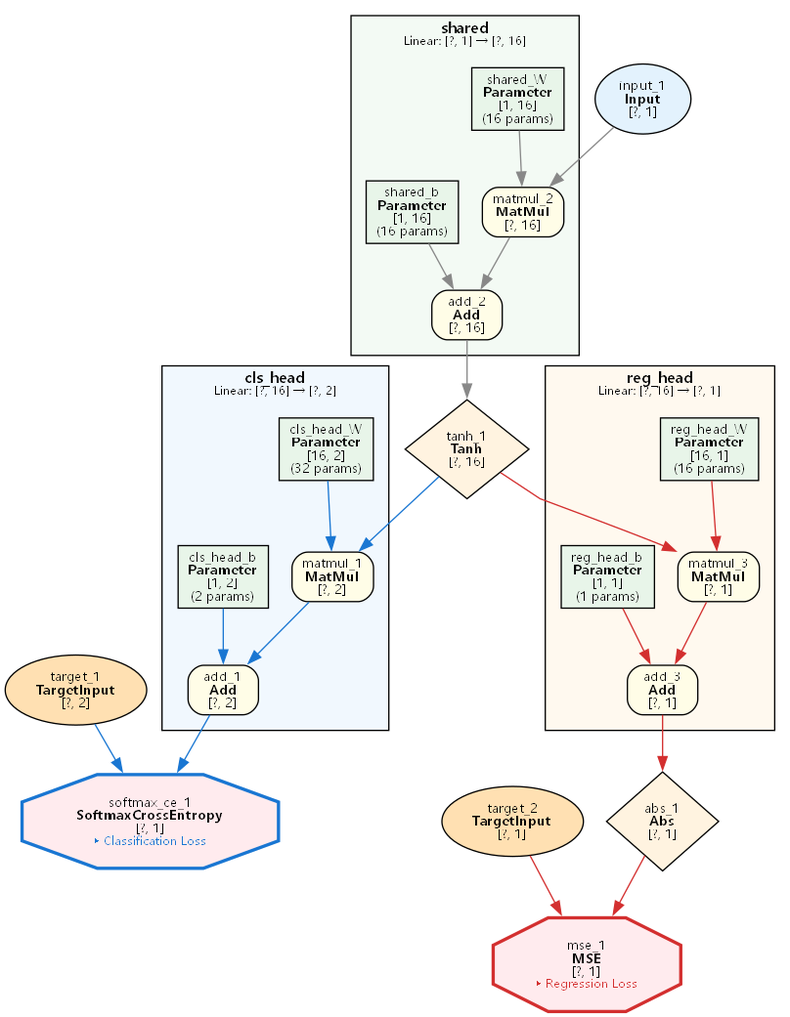
This is examples/dual_output_classify/dual_output_classify.png from dbsxdbsx/only_torch, a Graphviz export, as it was before one commit. Its source is kept beside it as examples/dual_output_classify/dual_output_classify.dot.
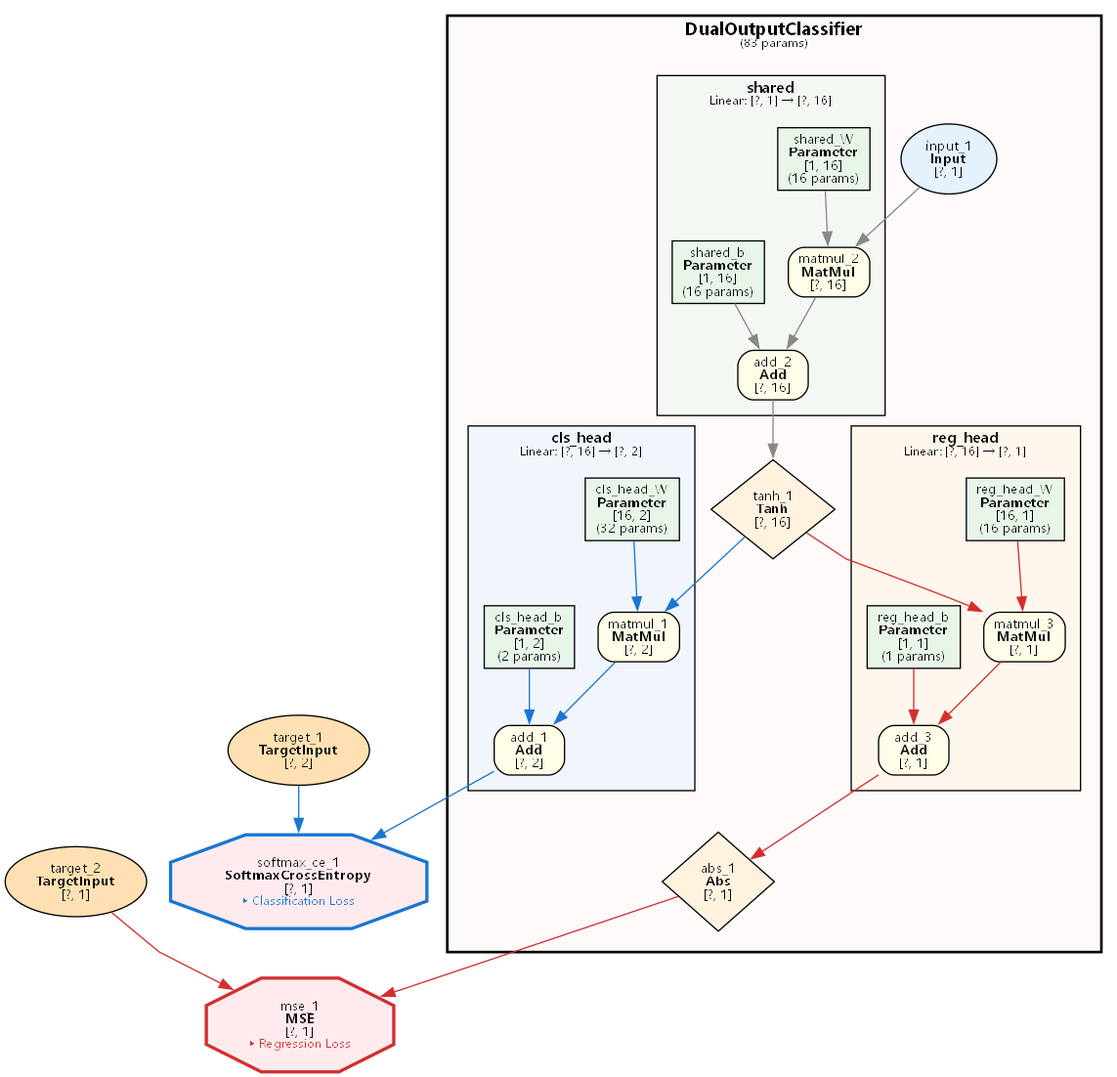
The same diagram one commit later.

Change to the diagram source:
```diff
@@ -5,51 +5,61 @@
     node [fontname="Microsoft YaHei,SimHei,Arial"];
     edge [fontname="Microsoft YaHei,SimHei,Arial"];
 
-    subgraph cluster_group_linear_1 {
-        label=<<B>cls_head</B><BR/><FONT POINT-SIZE="9">Linear: [?, 16] → [?, 2]</FONT>>;
-        style=filled;
-        fillcolor="#E3F2FD80";
+    subgraph cluster_model_DualOutputClassifier {
+        label=<<B>DualOutputClassifier</B><BR/><FONT POINT-SIZE="9">(83 params)</FONT>>;
+        style="filled,bold";
+        fillcolor="#FFEBEE40";
         fontname="Microsoft YaHei,SimHei,Arial";
-        fontsize=11;
-        margin=12;
-            "2" [label=<add_1<BR/><B>Add</B><BR/>[?, 2]> shape=box style="filled,rounded" fillcolor="#FFFDE7" fontsize=10];
-            "4" [label=<matmul_1<BR/><B>MatMul</B><BR/>[?, 2]> shape=box style="filled,rounded" fillcolor="#FFFDE7" fontsize=10];
-            "5" [label=<cls_head_b<BR/><B>Parameter</B><BR/>[1, 2]<BR/>(2 params)> shape=box style=filled fillcolor="#E8F5E9" fontsize=10];
-            "7" [label=<cls_head_W<BR/><B>Parameter</B><BR/>[16, 2]<BR/>(32 params)> shape=box style=filled fillcolor="#E8F5E9" fontsize=10];
-    }
+        fontsize=13;
+        margin=16;
 
-    subgraph cluster_group_linear_0 {
-        label=<<B>shared</B><BR/><FONT POINT-SIZE="9">Linear: [?, 1] → [?, 16]</FONT>>;
-        style=filled;
-        fillcolor="#E8F5E980";
-        fontname="Microsoft YaHei,SimHei,Arial";
-        fontsize=11;
-        margin=12;
-            "8" [label=<add_2<BR/><B>Add</B><BR/>[?, 16]> shape=box style="filled,rounded" fillcolor="#FFFDE7" fontsize=10];
-            "9" [label=<matmul_2<BR/><B>MatMul</B><BR/>[?, 16]> shape=box style="filled,rounded" fillcolor="#FFFDE7" fontsize=10];
-            "10" [label=<shared_b<BR/><B>Parameter</B><BR/>[1, 16]<BR/>(16 params)> shape=box style=filled fillcolor="#E8F5E9" fontsize=10];
-            "12" [label=<shared_W<BR/><B>Parameter</B><BR/>[1, 16]<BR/>(16 params)> shape=box style=filled fillcolor="#E8F5E9" fontsize=10];
-    }
+        subgraph cluster_DualOutputClassifier_cls_head {
+            label=<<B>cls_head</B><BR/><FONT POINT-SIZE="9">Linear: [?, 16] → [?, 2]</FONT>>;
+            style=filled;
+            fillcolor="#E3F2FD80";
+            fontname="Microsoft YaHei,SimHei,Arial";
+            fontsize=11;
+            margin=12;
+                "2" [label=<add_1<BR/><B>Add</B><BR/>[?, 2]> shape=box style="filled,rounded" fillcolor="#FFFDE7" fontsize=10];
+                "4" [label=<matmul_1<BR/><B>MatMul</B><BR/>[?, 2]> shape=box style="filled,rounded" fillcolor="#FFFDE7" fontsize=10];
+                "5" [label=<cls_head_b<BR/><B>Parameter</B><BR/>[1, 2]<BR/>(2 params)> shape=box style=filled fillcolor="#E8F5E9" fontsize=10];
+                "7" [label=<cls_head_W<BR/><B>Parameter</B><BR/>[16, 2]<BR/>(32 params)> shape=box style=filled fillcolor="#E8F5E9" fontsize=10];
+        }
 
-    subgraph cluster_group_linear_2 {
-        label=<<B>reg_head</B><BR/><FONT POINT-SIZE="9">Linear: [?, 16] → [?, 1]</FONT>>;
-        style=filled;
-        fillcolor="#FFF3E080";
-        fontname="Microsoft YaHei,SimHei,Arial";
-        fontsize=11;
-        margin=12;
-            "16" [label=<add_3<BR/><B>Add</B><BR/>[?, 1]> shape=box style="filled,rounded" fillcolor="#FFFDE7" fontsize=10];
-            "17" [label=<matmul_3<BR/><B>MatMul</B><BR/>[?, 1]> shape=box style="filled,rounded" fillcolor="#FFFDE7" fontsize=10];
-            "18" [label=<reg_head_b<BR/><B>Parameter</B><BR/>[1, 1]<BR/>(1 params)> shape=box style=filled fillcolor="#E8F5E9" fontsize=10];
-            "19" [label=<reg_head_W<BR/><B>Parameter</B><BR/>[16, 1]<BR/>(16 params)> shape=box style=filled fillcolor="#E8F5E9" fontsize=10];
+        subgraph cluster_DualOutputClassifier_shared {
+            label=<<B>shared</B><BR/><FONT POINT-SIZE="9">Linear: [?, 1] → [?, 16]</FONT>>;
+            style=filled;
+            fillcolor="#E8F5E980";
+            fontname="Microsoft YaHei,SimHei,Arial";
+            fontsize=11;
+            margin=12;
+                "8" [label=<add_2<BR/><B>Add</B><BR/>[?, 16]> shape=box style="filled,rounded" fillcolor="#FFFDE7" fontsize=10];
+                "9" [label=<matmul_2<BR/><B>MatMul</B><BR/>[?, 16]> shape=box style="filled,rounded" fillcolor="#FFFDE7" fontsize=10];
+                "10" [label=<shared_b<BR/><B>Parameter</B><BR/>[1, 16]<BR/>(16 params)> shape=box style=filled fillcolor="#E8F5E9" fontsize=10];
+                "12" [label=<shared_W<BR/><B>Parameter</B><BR/>[1, 16]<BR/>(16 params)> shape=box style=filled fillcolor="#E8F5E9" fontsize=10];
+        }
+
+        subgraph cluster_DualOutputClassifier_reg_head {
+            label=<<B>reg_head</B><BR/><FONT POINT-SIZE="9">Linear: [?, 16] → [?, 1]</FONT>>;
+            style=filled;
+            fillcolor="#FFF3E080";
+            fontname="Microsoft YaHei,SimHei,Arial";
+            fontsize=11;
+            margin=12;
+                "16" [label=<add_3<BR/><B>Add</B><BR/>[?, 1]> shape=box style="filled,rounded" fillcolor="#FFFDE7" fontsize=10];
+                "17" [label=<matmul_3<BR/><B>MatMul</B><BR/>[?, 1]> shape=box style="filled,rounded" fillcolor="#FFFDE7" fontsize=10];
+                "18" [label=<reg_head_b<BR/><B>Parameter</B><BR/>[1, 1]<BR/>(1 params)> shape=box style=filled fillcolor="#E8F5E9" fontsize=10];
+                "19" [label=<reg_head_W<BR/><B>Parameter</B><BR/>[16, 1]<BR/>(16 params)> shape=box style=filled fillcolor="#E8F5E9" fontsize=10];
+        }
+
+        "6" [label=<tanh_1<BR/><B>Tanh</B><BR/>[?, 16]> shape=diamond style=filled fillcolor="#FFF3E0" fontsize=10];
+        "11" [label=<input_1<BR/><B>Input</B><BR/>[?, 1]> shape=ellipse style=filled fillcolor="#E3F2FD" fontsize=10];
+        "14" [label=<abs_1<BR/><B>Abs</B><BR/>[?, 1]> shape=diamond style=filled fillcolor="#FFF3E0" fontsize=10];
     }
 
     "1" [label=<softmax_ce_1<BR/><B>SoftmaxCrossEntropy</B><BR/>[?, 1]<BR/><FONT COLOR="#1976D2" POINT-SIZE="9">▸ Classification Loss</FONT>> shape=octagon style=filled fillcolor="#FFEBEE" fontsize=10 penwidth=2.5 color="#1976D2"];
     "3" [label=<target_1<BR/><B>TargetInput</B><BR/>[?, 2]> shape=ellipse style=filled fillcolor="#FFE0B2" fontsize=10];
-    "6" [label=<tanh_1<BR/><B>Tanh</B><BR/>[?, 16]> shape=diamond style=filled fillcolor="#FFF3E0" fontsize=10];
-    "11" [label=<input_1<BR/><B>Input</B><BR/>[?, 1]> shape=ellipse style=filled fillcolor="#E3F2FD" fontsize=10];
     "13" [label=<mse_1<BR/><B>MSE</B><BR/>[?, 1]<BR/><FONT COLOR="#D32F2F" POINT-SIZE="9">▸ Regression Loss</FONT>> shape=octagon style=filled fillcolor="#FFEBEE" fontsize=10 penwidth=2.5 color="#D32F2F"];
-    "14" [label=<abs_1<BR/><B>Abs</B><BR/>[?, 1]> shape=diamond style=filled fillcolor="#FFF3E0" fontsize=10];
     "15" [label=<target_2<BR/><B>TargetInput</B><BR/>[?, 1]> shape=ellipse style=filled fillcolor="#FFE0B2" fontsize=10];
 
     "2" -> "1" [color="#1976D2"];
```
